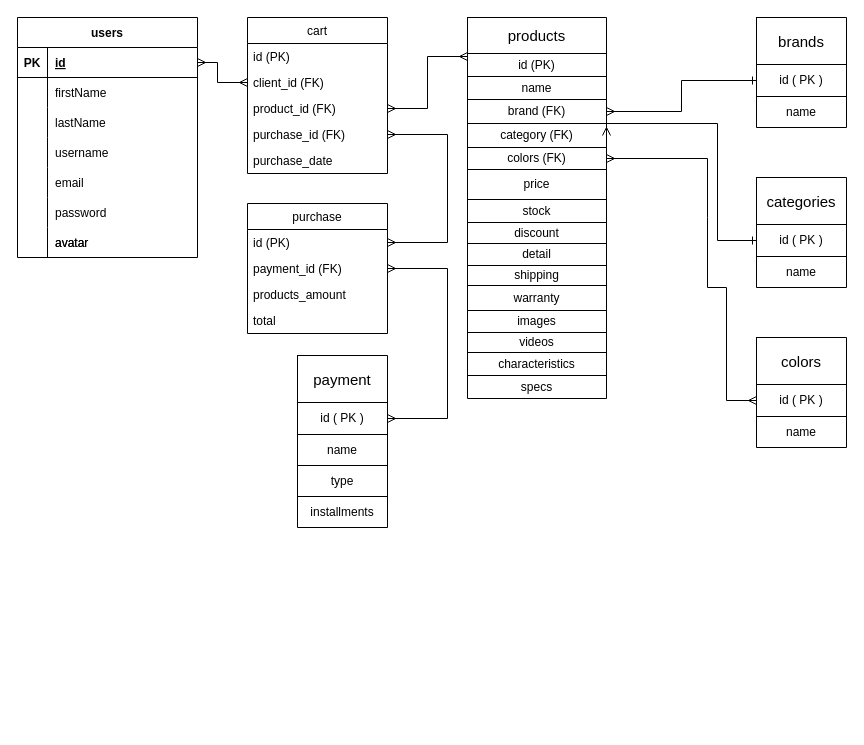
Earlier version of the draw.io diagram db_diagrams/db_diagram.drawio (teosordo/grupo_3_mat). Source tidied: cells renumbered, new cells numbered last; positions are measured from the earlier drawing's top-left corner, leaving out a move shared by most shapes. Both pictures are drawn from the tidied source at 100%, with x=0, y=0 at pixel (17, 17).
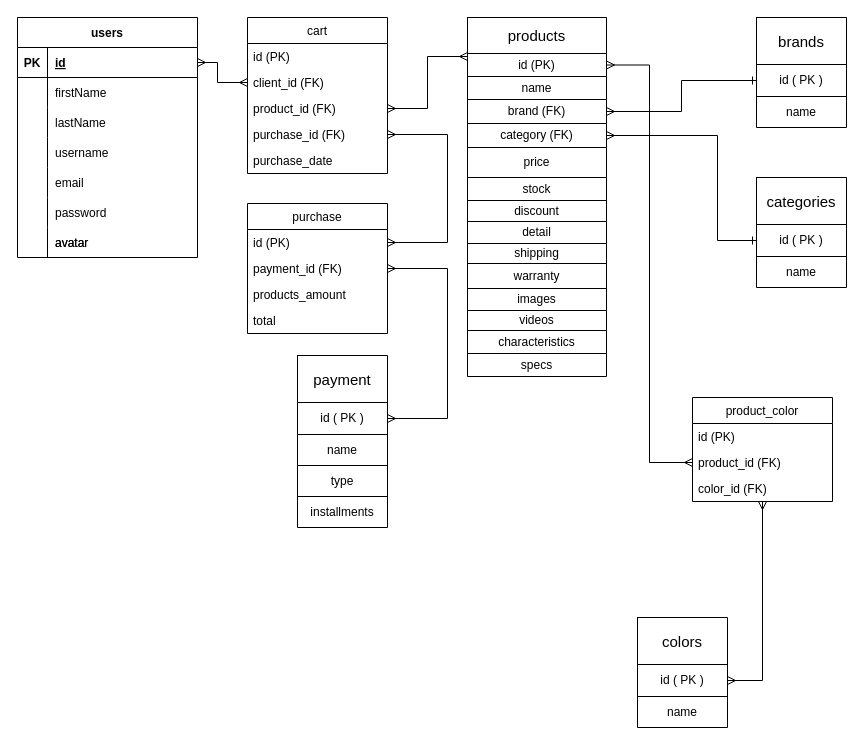
After the change.

Unchanged cells that the change refers to:
```xml
<mxCell id="27" style="shape=partialRectangle;fillColor=none;top=0;left=0;bottom=0;right=0;points=[[0,0.5],[1,0.5]];portConstraint=eastwest;" parent="24" vertex="1">
  <mxGeometry y="36" width="139" height="23" as="geometry" />
</mxCell>
<mxCell id="33" style="shape=partialRectangle;fillColor=none;top=0;left=0;bottom=0;right=0;points=[[0,0.5],[1,0.5]];portConstraint=eastwest;" parent="24" vertex="1">
  <mxGeometry y="106" width="139" height="24" as="geometry" />
</mxCell>
<mxCell id="67" style="shape=partialRectangle;fillColor=none;top=0;left=0;bottom=0;right=0;points=[[0,0.5],[1,0.5]];portConstraint=eastwest;" parent="64" vertex="1">
  <mxGeometry y="47" width="90" height="32" as="geometry" />
</mxCell>
<mxCell id="76" style="shape=partialRectangle;fillColor=none;top=0;left=0;bottom=0;right=0;points=[[0,0.5],[1,0.5]];portConstraint=eastwest;" parent="73" vertex="1">
  <mxGeometry y="47" width="90" height="32" as="geometry" />
</mxCell>
```

What changed in the source:
```diff
@@
     <mxCell id="24" style="shape=table;startSize=0;childLayout=tableLayout;perimeterSpacing=0;strokeWidth=1;" parent="1" vertex="1">
-      <mxGeometry x="450" width="139" height="381" as="geometry" />
+      <mxGeometry x="450" width="139" height="359" as="geometry" />
     </mxCell>
@@
-    <mxCell id="35" style="shape=partialRectangle;fillColor=none;top=0;left=0;bottom=0;right=0;points=[[0,0.5],[1,0.5]];portConstraint=eastwest;" parent="24" vertex="1">
-      <mxGeometry y="130" width="139" height="22" as="geometry" />
-    </mxCell>
-    <mxCell id="36" value="colors (FK)" style="shape=partialRectangle;html=1;whiteSpace=wrap;overflow=hidden;fillColor=none;top=0;left=0;bottom=0;right=0;" parent="35" vertex="1">
-      <mxGeometry width="139" height="22" as="geometry" />
-    </mxCell>
     <mxCell id="37" style="shape=partialRectangle;fillColor=none;top=0;left=0;bottom=0;right=0;" parent="24" vertex="1">
-      <mxGeometry y="152" width="139" height="30" as="geometry" />
+      <mxGeometry y="130" width="139" height="30" as="geometry" />
     </mxCell>
@@
     <mxCell id="39" style="shape=partialRectangle;fillColor=none;top=0;left=0;bottom=0;right=0;" parent="24" vertex="1">
-      <mxGeometry y="182" width="139" height="23" as="geometry" />
+      <mxGeometry y="160" width="139" height="23" as="geometry" />
     </mxCell>
@@
     <mxCell id="41" style="shape=partialRectangle;fillColor=none;top=0;left=0;bottom=0;right=0;" parent="24" vertex="1">
-      <mxGeometry y="205" width="139" height="21" as="geometry" />
+      <mxGeometry y="183" width="139" height="21" as="geometry" />
     </mxCell>
@@
     <mxCell id="43" style="shape=partialRectangle;fillColor=none;top=0;left=0;bottom=0;right=0;" parent="24" vertex="1">
-      <mxGeometry y="226" width="139" height="22" as="geometry" />
+      <mxGeometry y="204" width="139" height="22" as="geometry" />
     </mxCell>
@@
     <mxCell id="45" style="shape=partialRectangle;fillColor=none;top=0;left=0;bottom=0;right=0;" parent="24" vertex="1">
-      <mxGeometry y="248" width="139" height="20" as="geometry" />
+      <mxGeometry y="226" width="139" height="20" as="geometry" />
     </mxCell>
@@
     <mxCell id="47" style="shape=partialRectangle;fillColor=none;top=0;left=0;bottom=0;right=0;" parent="24" vertex="1">
-      <mxGeometry y="268" width="139" height="25" as="geometry" />
+      <mxGeometry y="246" width="139" height="25" as="geometry" />
     </mxCell>
@@
     <mxCell id="49" style="shape=partialRectangle;fillColor=none;top=0;left=0;bottom=0;right=0;" parent="24" vertex="1">
-      <mxGeometry y="293" width="139" height="22" as="geometry" />
+      <mxGeometry y="271" width="139" height="22" as="geometry" />
     </mxCell>
@@
     <mxCell id="51" style="shape=partialRectangle;fillColor=none;top=0;left=0;bottom=0;right=0;" parent="24" vertex="1">
-      <mxGeometry y="315" width="139" height="20" as="geometry" />
+      <mxGeometry y="293" width="139" height="20" as="geometry" />
     </mxCell>
@@
     <mxCell id="53" style="shape=partialRectangle;fillColor=none;top=0;left=0;bottom=0;right=0;" parent="24" vertex="1">
-      <mxGeometry y="335" width="139" height="23" as="geometry" />
+      <mxGeometry y="313" width="139" height="23" as="geometry" />
     </mxCell>
@@
     <mxCell id="55" style="shape=partialRectangle;fillColor=none;top=0;left=0;bottom=0;right=0;" parent="24" vertex="1">
-      <mxGeometry y="358" width="139" height="23" as="geometry" />
+      <mxGeometry y="336" width="139" height="23" as="geometry" />
     </mxCell>
@@
     <mxCell id="73" style="shape=table;startSize=0;childLayout=tableLayout;" parent="1" vertex="1">
-      <mxGeometry x="739" y="320" width="90" height="110" as="geometry" />
+      <mxGeometry x="620" y="600" width="90" height="110" as="geometry" />
     </mxCell>
@@
-    <mxCell id="81" style="edgeStyle=orthogonalEdgeStyle;rounded=0;jettySize=auto;html=1;exitX=1;exitY=0.5;exitDx=0;exitDy=0;entryX=0;entryY=0.5;entryDx=0;entryDy=0;startArrow=ERmany;startFill=0;endArrow=ERone;endFill=0;" parent="1" edge="1" source="33" target="67">
+    <mxCell id="81" style="edgeStyle=orthogonalEdgeStyle;rounded=0;jettySize=auto;html=1;entryX=0;entryY=0.5;entryDx=0;entryDy=0;startArrow=ERmany;startFill=0;endArrow=ERone;endFill=0;" parent="1" edge="1" target="67">
       <mxGeometry relative="1" as="geometry">
+        <mxPoint x="589" y="118" as="sourcePoint" />
         <Array as="points">
-          <mxPoint x="700" y="106" />
+          <mxPoint x="700" y="118" />
           <mxPoint x="700" y="223" />
         </Array>
       </mxGeometry>
     </mxCell>
-    <mxCell id="82" style="rounded=0;jettySize=auto;html=1;exitX=1;exitY=0.5;exitDx=0;exitDy=0;entryX=0;entryY=0.5;entryDx=0;entryDy=0;startArrow=ERmany;startFill=0;endArrow=ERmany;endFill=0;" parent="1" edge="1" source="35" target="76">
-      <mxGeometry relative="1" as="geometry">
-        <Array as="points">
-          <mxPoint x="690" y="141" />
-          <mxPoint x="690" y="200" />
-          <mxPoint x="690" y="270" />
-          <mxPoint x="709" y="270" />
-          <mxPoint x="709" y="383" />
-        </Array>
-      </mxGeometry>
-    </mxCell>
@@
+    <mxCell id="110" style="edgeStyle=orthogonalEdgeStyle;rounded=0;jettySize=auto;html=1;entryX=1;entryY=0.5;entryDx=0;entryDy=0;startArrow=ERmany;startFill=0;endArrow=ERmany;endFill=0;" parent="1" edge="1" source="111" target="76">
+      <mxGeometry relative="1" as="geometry" />
+    </mxCell>
+    <mxCell id="111" value="product_color" style="swimlane;fontStyle=0;horizontal=1;startSize=26;" parent="1" vertex="1">
+      <mxGeometry x="675" y="380" width="140" height="104" as="geometry" />
+    </mxCell>
+    <mxCell id="112" value="id (PK)" style="text;strokeColor=none;fillColor=none;align=left;verticalAlign=top;spacingLeft=4;spacingRight=4;overflow=hidden;" parent="111" vertex="1">
+      <mxGeometry y="26" width="140" height="26" as="geometry" />
+    </mxCell>
+    <mxCell id="113" value="product_id (FK)" style="text;strokeColor=none;fillColor=none;align=left;verticalAlign=top;spacingLeft=4;spacingRight=4;overflow=hidden;points=[[0,0.5],[1,0.5]];portConstraint=eastwest;" parent="111" vertex="1">
+      <mxGeometry y="52" width="140" height="26" as="geometry" />
+    </mxCell>
+    <mxCell id="114" value="color_id (FK)" style="text;strokeColor=none;fillColor=none;align=left;verticalAlign=top;spacingLeft=4;spacingRight=4;overflow=hidden;" parent="111" vertex="1">
+      <mxGeometry y="78" width="140" height="26" as="geometry" />
+    </mxCell>
+    <mxCell id="115" style="edgeStyle=orthogonalEdgeStyle;rounded=0;jettySize=auto;html=1;exitX=1;exitY=0.5;exitDx=0;exitDy=0;entryX=0;entryY=0.5;entryDx=0;entryDy=0;startArrow=ERmany;startFill=0;endArrow=ERmany;endFill=0;" parent="1" edge="1" source="27" target="113">
+      <mxGeometry relative="1" as="geometry" />
+    </mxCell>
```
